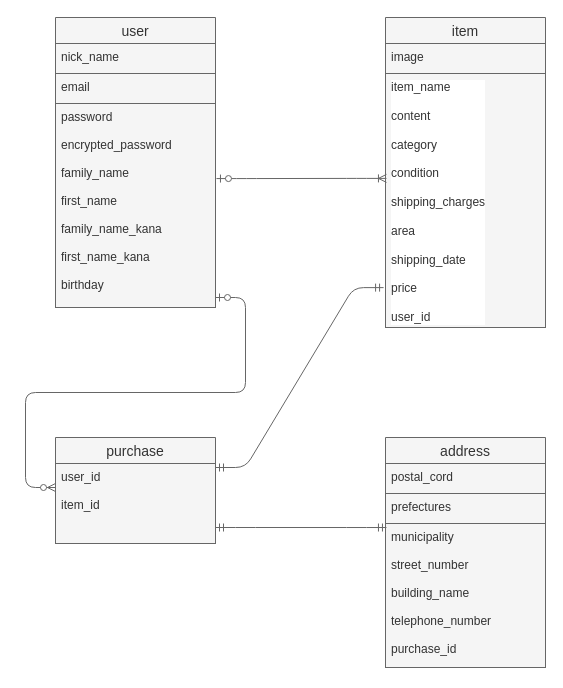
Above: furima.dio in bisco08/furima-36583 (draw.io), before the change. Source tidied: cells renumbered, new cells numbered last; positions are measured from the earlier drawing's top-left corner, leaving out a move shared by most shapes. Both pictures are drawn from the tidied source at 100%, with x=0, y=0 at pixel (55, 17).
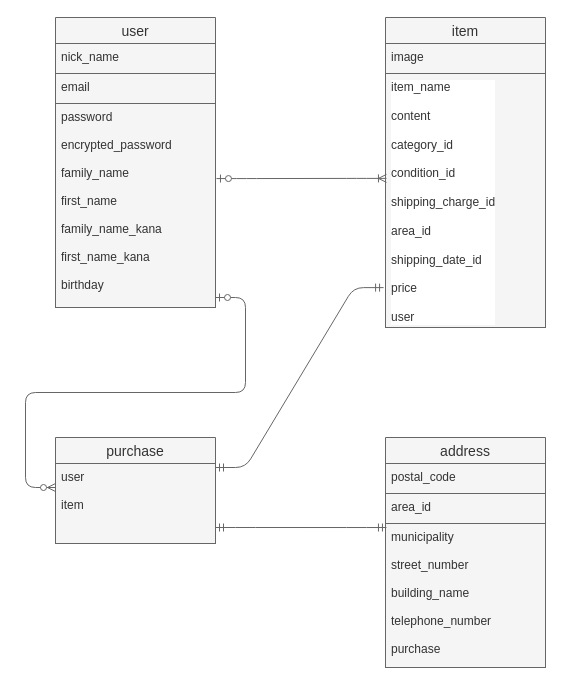
After the change.

The change refers to these unchanged cells:
```xml
<mxCell id="6" value="item" style="swimlane;fontStyle=0;horizontal=1;startSize=26;align=center;fontSize=14;fillColor=#f5f5f5;strokeColor=#666666;fontColor=#333333;" parent="1" vertex="1">
  <mxGeometry x="330" width="160" height="310" as="geometry" />
</mxCell>
<mxCell id="9" value="purchase" style="swimlane;fontStyle=0;horizontal=1;startSize=26;align=center;fontSize=14;fillColor=#f5f5f5;strokeColor=#666666;fontColor=#333333;" parent="1" vertex="1">
  <mxGeometry y="420" width="160" height="106" as="geometry" />
</mxCell>
<mxCell id="11" value="address" style="swimlane;fontStyle=0;horizontal=1;startSize=26;align=center;fontSize=14;fillColor=#f5f5f5;strokeColor=#666666;fontColor=#333333;" parent="1" vertex="1">
  <mxGeometry x="330" y="420" width="160" height="230" as="geometry" />
</mxCell>
```

Change to the diagram source:
```diff
@@
-    <mxCell id="8" value="item_name&lt;br&gt;&lt;br&gt;content&lt;br&gt;&lt;br&gt;category&lt;br&gt;&lt;br&gt;condition&lt;br&gt;&lt;br&gt;shipping_charges&lt;br&gt;&lt;br&gt;area&lt;br&gt;&lt;br&gt;shipping_date&lt;br&gt;&lt;br&gt;price&lt;br&gt;&lt;br&gt;user_id&lt;br&gt;" style="text;strokeColor=#666666;fillColor=#f5f5f5;spacingLeft=4;spacingRight=4;overflow=hidden;points=[[0,0.5],[1,0.5]];portConstraint=eastwest;fontSize=12;labelBackgroundColor=#FFFFFF;html=1;fontColor=#333333;" parent="6" vertex="1">
+    <mxCell id="8" value="item_name&lt;br&gt;&lt;br&gt;content&lt;br&gt;&lt;br&gt;category_id&lt;br&gt;&lt;br&gt;condition_id&lt;br&gt;&lt;br&gt;shipping_charge_id&lt;br&gt;&lt;br&gt;area_id&lt;br&gt;&lt;br&gt;shipping_date_id&lt;br&gt;&lt;br&gt;price&lt;br&gt;&lt;br&gt;user" style="text;strokeColor=#666666;fillColor=#f5f5f5;spacingLeft=4;spacingRight=4;overflow=hidden;points=[[0,0.5],[1,0.5]];portConstraint=eastwest;fontSize=12;labelBackgroundColor=#FFFFFF;html=1;fontColor=#333333;" parent="6" vertex="1">
       <mxGeometry y="56" width="160" height="254" as="geometry" />
     </mxCell>
@@
-    <mxCell id="10" value="user_id&#10;&#10;item_id" style="text;strokeColor=#666666;fillColor=#f5f5f5;spacingLeft=4;spacingRight=4;overflow=hidden;fontSize=12;fontColor=#333333;" parent="9" vertex="1">
+    <mxCell id="10" value="user&#10;&#10;item" style="text;strokeColor=#666666;fillColor=#f5f5f5;spacingLeft=4;spacingRight=4;overflow=hidden;fontSize=12;fontColor=#333333;" parent="9" vertex="1">
       <mxGeometry y="26" width="160" height="80" as="geometry" />
     </mxCell>
@@
-    <mxCell id="12" value="postal_cord" style="text;strokeColor=#666666;fillColor=#f5f5f5;spacingLeft=4;spacingRight=4;overflow=hidden;fontSize=12;fontColor=#333333;" parent="11" vertex="1">
+    <mxCell id="12" value="postal_code" style="text;strokeColor=#666666;fillColor=#f5f5f5;spacingLeft=4;spacingRight=4;overflow=hidden;fontSize=12;fontColor=#333333;" parent="11" vertex="1">
       <mxGeometry y="26" width="160" height="30" as="geometry" />
     </mxCell>
-    <mxCell id="13" value="prefectures" style="text;strokeColor=#666666;fillColor=#f5f5f5;spacingLeft=4;spacingRight=4;overflow=hidden;fontSize=12;fontColor=#333333;" parent="11" vertex="1">
+    <mxCell id="13" value="area_id" style="text;strokeColor=#666666;fillColor=#f5f5f5;spacingLeft=4;spacingRight=4;overflow=hidden;fontSize=12;fontColor=#333333;" parent="11" vertex="1">
       <mxGeometry y="56" width="160" height="30" as="geometry" />
     </mxCell>
-    <mxCell id="14" value="municipality&#10;&#10;street_number&#10;&#10;building_name&#10;&#10;telephone_number&#10;&#10;purchase_id" style="text;strokeColor=#666666;fillColor=#f5f5f5;spacingLeft=4;spacingRight=4;overflow=hidden;points=[[0,0.5],[1,0.5]];portConstraint=eastwest;fontSize=12;fontColor=#333333;" parent="11" vertex="1">
+    <mxCell id="14" value="municipality&#10;&#10;street_number&#10;&#10;building_name&#10;&#10;telephone_number&#10;&#10;purchase" style="text;strokeColor=#666666;fillColor=#f5f5f5;spacingLeft=4;spacingRight=4;overflow=hidden;points=[[0,0.5],[1,0.5]];portConstraint=eastwest;fontSize=12;fontColor=#333333;" parent="11" vertex="1">
       <mxGeometry y="86" width="160" height="144" as="geometry" />
     </mxCell>
```
